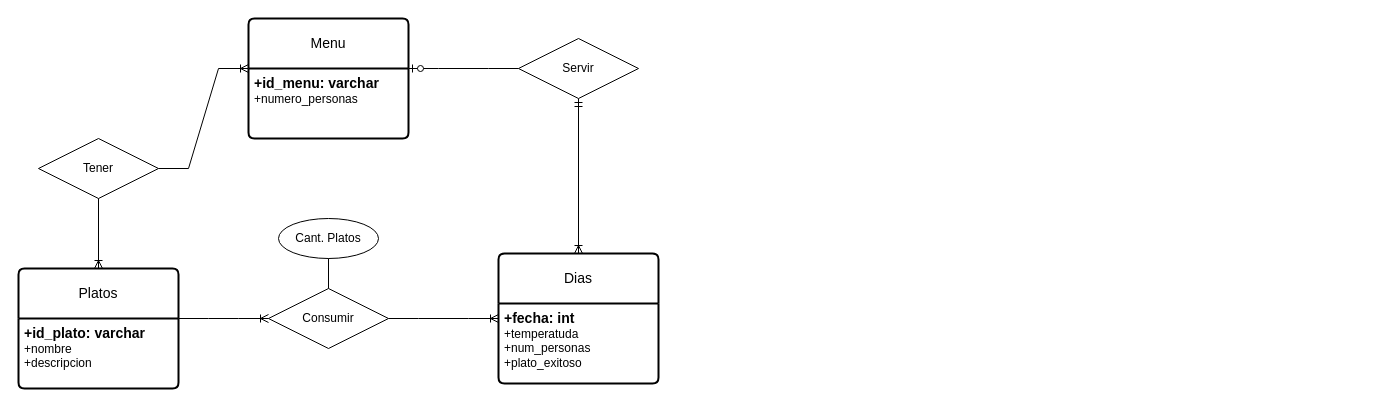
The draw.io diagram ejercicio15.drawio in AsierGArranz/aga-sru-sa-t-UD12DiagramaER-11102023, before the edit. Source tidied: cells renumbered, new cells numbered last; positions are measured from the earlier drawing's top-left corner, leaving out a move shared by most shapes. Both pictures are drawn from the tidied source at 100%, with x=0, y=0 at pixel (18, 18).
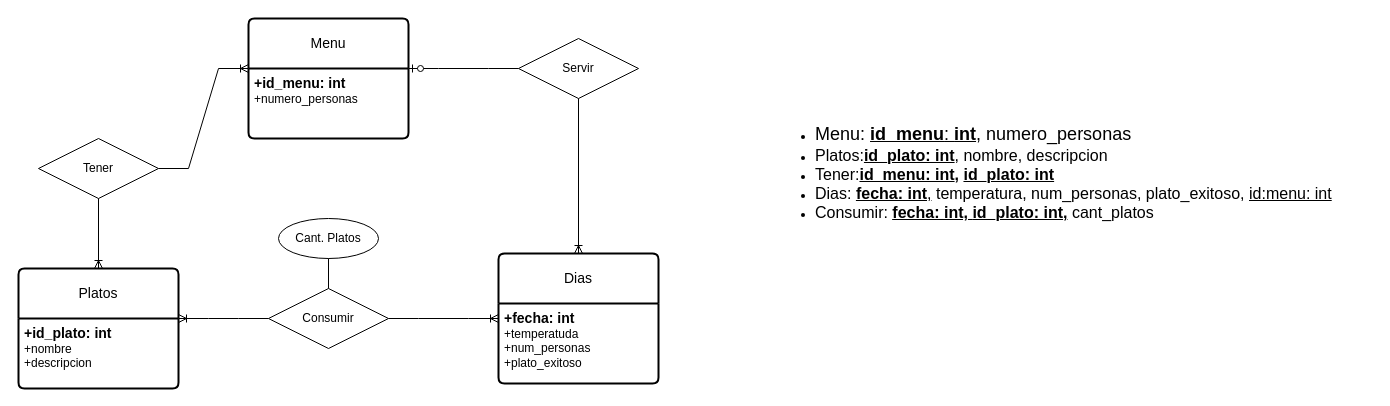
The same diagram, later.

Unchanged cells that the change refers to:
```xml
<mxCell id="2" value="Menu" style="swimlane;horizontal=1;startSize=50;rounded=1;fontSize=14;fontStyle=0;strokeWidth=2;shadow=0;dashed=0;align=center;arcSize=4;whiteSpace=wrap;html=1;" parent="1" vertex="1">
  <mxGeometry x="230" width="160" height="120" as="geometry" />
</mxCell>
<mxCell id="5" value="Platos" style="swimlane;horizontal=1;startSize=50;rounded=1;fontSize=14;fontStyle=0;strokeWidth=2;shadow=0;dashed=0;align=center;arcSize=4;whiteSpace=wrap;html=1;" parent="1" vertex="1">
  <mxGeometry y="250" width="160" height="120" as="geometry" />
</mxCell>
<mxCell id="7" value="Dias" style="swimlane;horizontal=1;startSize=50;rounded=1;fontSize=14;fontStyle=0;strokeWidth=2;shadow=0;dashed=0;align=center;arcSize=4;whiteSpace=wrap;html=1;" parent="1" vertex="1">
  <mxGeometry x="480" y="235" width="160" height="130" as="geometry" />
</mxCell>
<mxCell id="9" value="Consumir" style="shape=rhombus;perimeter=rhombusPerimeter;whiteSpace=wrap;html=1;align=center;" parent="1" vertex="1">
  <mxGeometry x="250" y="270" width="120" height="60" as="geometry" />
</mxCell>
<mxCell id="17" value="Servir" style="shape=rhombus;perimeter=rhombusPerimeter;whiteSpace=wrap;html=1;align=center;" parent="1" vertex="1">
  <mxGeometry x="500" y="20" width="120" height="60" as="geometry" />
</mxCell>
```

Change to the diagram source:
```diff
@@
-    <mxCell id="3" value="&lt;font style=&quot;font-size: 14px;&quot;&gt;&lt;b&gt;+id_menu: varchar&lt;/b&gt;&lt;/font&gt;&lt;br&gt;+numero_personas" style="align=left;strokeColor=none;fillColor=none;spacingLeft=4;fontSize=12;verticalAlign=top;html=1;" parent="2" vertex="1">
+    <mxCell id="3" value="&lt;font style=&quot;font-size: 14px;&quot;&gt;&lt;b&gt;+id_menu: int&lt;/b&gt;&lt;/font&gt;&lt;br&gt;+numero_personas" style="align=left;strokeColor=none;fillColor=none;spacingLeft=4;fontSize=12;verticalAlign=top;html=1;" parent="2" vertex="1">
       <mxGeometry y="50" width="160" height="70" as="geometry" />
     </mxCell>
@@
-    <mxCell id="6" value="&lt;font style=&quot;font-size: 14px;&quot;&gt;&lt;b&gt;+id_plato: varchar&lt;/b&gt;&lt;/font&gt;&lt;br&gt;+nombre&lt;br&gt;+descripcion" style="align=left;strokeColor=none;fillColor=none;spacingLeft=4;fontSize=12;verticalAlign=top;html=1;" parent="5" vertex="1">
+    <mxCell id="6" value="&lt;font style=&quot;font-size: 14px;&quot;&gt;&lt;b&gt;+id_plato: int&lt;/b&gt;&lt;/font&gt;&lt;br&gt;+nombre&lt;br&gt;+descripcion" style="align=left;strokeColor=none;fillColor=none;spacingLeft=4;fontSize=12;verticalAlign=top;html=1;" parent="5" vertex="1">
       <mxGeometry y="50" width="160" height="70" as="geometry" />
     </mxCell>
@@
-    <mxCell id="13" style="edgeStyle=entityRelationEdgeStyle;fontSize=12;html=1;endArrow=ERoneToMany;rounded=0;entryX=0;entryY=0.5;entryDx=0;entryDy=0;exitX=1;exitY=0;exitDx=0;exitDy=0;" parent="1" edge="1" source="6" target="9">
+    <mxCell id="13" style="edgeStyle=entityRelationEdgeStyle;fontSize=12;html=1;endArrow=ERoneToMany;rounded=0;exitX=0;exitY=0.5;exitDx=0;exitDy=0;entryX=1;entryY=0;entryDx=0;entryDy=0;" parent="1" edge="1" source="9" target="6">
       <mxGeometry relative="1" as="geometry" />
     </mxCell>
@@
-    <mxCell id="16" style="fontSize=12;html=1;endArrow=ERoneToMany;startArrow=ERmandOne;rounded=0;entryX=0.5;entryY=0;entryDx=0;entryDy=0;exitX=0.5;exitY=1;exitDx=0;exitDy=0;" parent="1" edge="1" source="17" target="7">
-      <mxGeometry relative="1" as="geometry" />
-    </mxCell>
@@
+    <mxCell id="19" value="&lt;ul&gt;&lt;li&gt;&lt;font style=&quot;font-size: 18px;&quot;&gt;Menu: &lt;u&gt;&lt;b&gt;id_menu&lt;/b&gt;: &lt;b&gt;int&lt;/b&gt;&lt;/u&gt;, numero_personas&lt;/font&gt;&lt;/li&gt;&lt;li&gt;&lt;font size=&quot;3&quot;&gt;Platos:&lt;u&gt;&lt;b&gt;id_plato: int&lt;/b&gt;&lt;/u&gt;, nombre, descripcion&lt;/font&gt;&lt;/li&gt;&lt;li&gt;&lt;font size=&quot;3&quot;&gt;Tener:&lt;b&gt;&lt;u style=&quot;&quot;&gt;id_menu: int&lt;/u&gt;, &lt;u style=&quot;&quot;&gt;id_plato: int&lt;/u&gt;&lt;/b&gt;&lt;/font&gt;&lt;/li&gt;&lt;li&gt;&lt;font size=&quot;3&quot;&gt;Dias: &lt;u&gt;&lt;b&gt;fecha: int&lt;/b&gt;,&lt;/u&gt;&amp;nbsp;temperatura, num_personas, plato_exitoso, &lt;u&gt;id:menu: int&lt;/u&gt;&lt;/font&gt;&lt;/li&gt;&lt;li&gt;&lt;font size=&quot;3&quot;&gt;Consumir:&amp;nbsp;&lt;u style=&quot;&quot;&gt;&lt;b&gt;&lt;u style=&quot;border-color: var(--border-color);&quot;&gt;fecha: int,&amp;nbsp;&lt;/u&gt;id_plato: int&lt;/b&gt;&lt;/u&gt;&lt;u style=&quot;font-weight: bold;&quot;&gt;,&lt;/u&gt;&amp;nbsp;cant_platos&lt;/font&gt;&lt;/li&gt;&lt;/ul&gt;" style="text;strokeColor=none;fillColor=none;html=1;whiteSpace=wrap;verticalAlign=middle;overflow=hidden;" parent="1" vertex="1">
+      <mxGeometry x="755" y="20" width="600" height="270" as="geometry" />
+    </mxCell>
+    <mxCell id="16" style="fontSize=12;html=1;endArrow=ERoneToMany;rounded=0;entryX=0.5;entryY=0;entryDx=0;entryDy=0;exitX=0.5;exitY=1;exitDx=0;exitDy=0;" parent="1" edge="1" source="17" target="7">
+      <mxGeometry relative="1" as="geometry" />
+    </mxCell>
```
